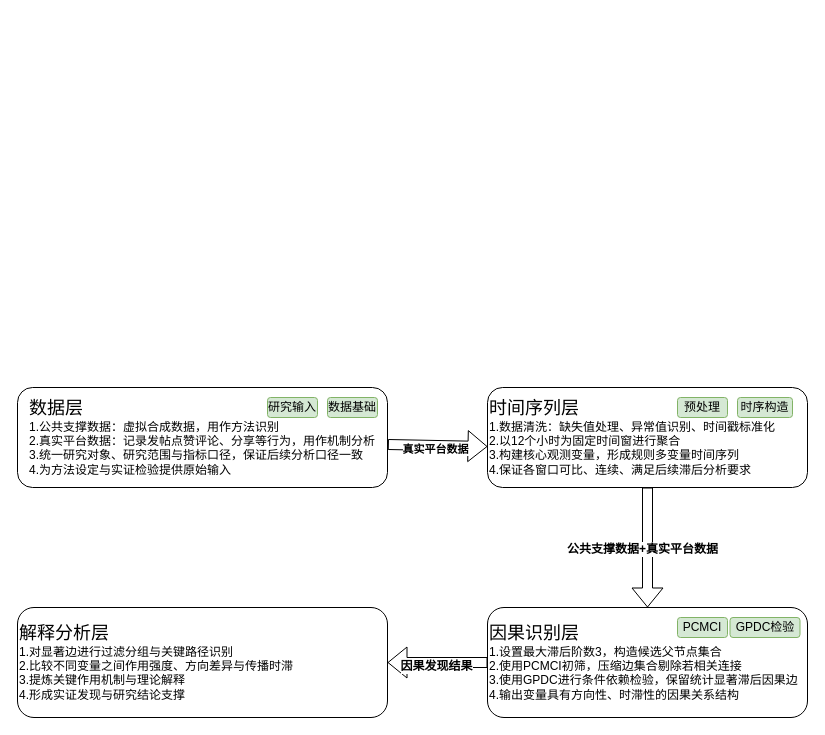
suerzzh/awesome keeps this draw.io diagram as 未命名绘图.drawio. Above is the earlier version. Source tidied: cells renumbered, new cells numbered last; positions are measured from the earlier drawing's top-left corner, leaving out a move shared by most shapes. Both pictures are drawn from the tidied source at 100%, with x=0, y=0 at pixel (17, 387).
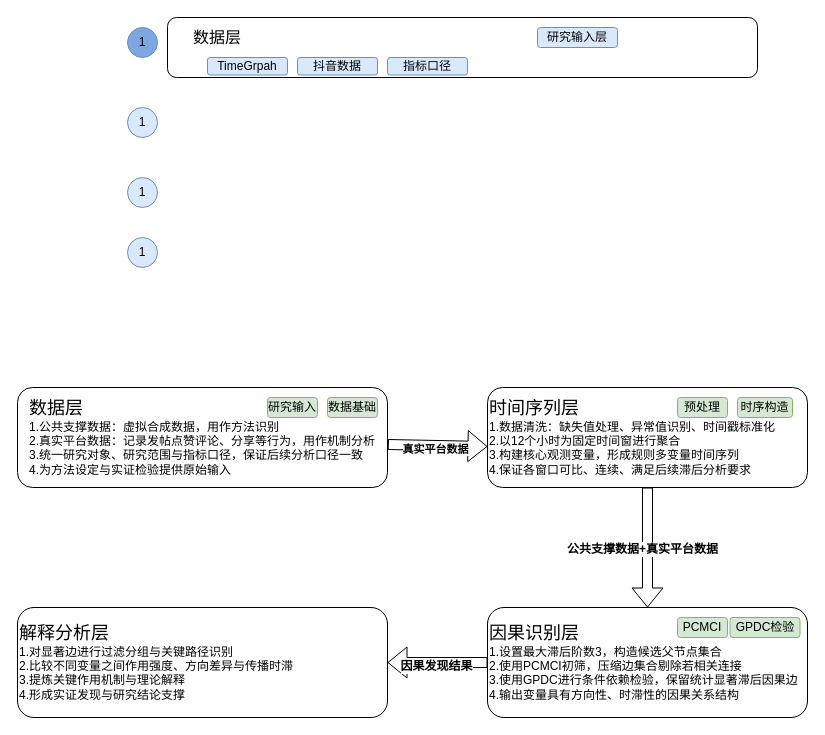
After the change.

Commit message:
更新未命名绘图.drawio

Diff of the diagram source:
```diff
@@
+    <mxCell id="18" value="&lt;font&gt;1&lt;/font&gt;" style="ellipse;whiteSpace=wrap;html=1;fillColor=#7EA6E0;strokeColor=#6c8ebf;" parent="1" vertex="1">
+      <mxGeometry x="110" y="-360" width="30" height="30" as="geometry" />
+    </mxCell>
+    <mxCell id="19" value="&lt;font&gt;1&lt;/font&gt;" style="ellipse;whiteSpace=wrap;html=1;fillColor=#dae8fc;strokeColor=#6c8ebf;" parent="1" vertex="1">
+      <mxGeometry x="110" y="-280" width="30" height="30" as="geometry" />
+    </mxCell>
+    <mxCell id="20" value="&lt;font&gt;1&lt;/font&gt;" style="ellipse;whiteSpace=wrap;html=1;fillColor=#dae8fc;strokeColor=#6c8ebf;" parent="1" vertex="1">
+      <mxGeometry x="110" y="-210" width="30" height="30" as="geometry" />
+    </mxCell>
+    <mxCell id="21" value="&lt;font&gt;1&lt;/font&gt;" style="ellipse;whiteSpace=wrap;html=1;fillColor=#dae8fc;strokeColor=#6c8ebf;" parent="1" vertex="1">
+      <mxGeometry x="110" y="-150" width="30" height="30" as="geometry" />
+    </mxCell>
+    <mxCell id="22" style="rounded=1;whiteSpace=wrap;html=1;" parent="1" vertex="1">
+      <mxGeometry x="150" y="-370" width="590" height="60" as="geometry" />
+    </mxCell>
+    <mxCell id="23" value="&lt;font style=&quot;font-size: 16px;&quot;&gt;数据层&lt;/font&gt;" style="rounded=0;whiteSpace=wrap;html=1;strokeColor=none;" parent="1" vertex="1">
+      <mxGeometry x="160" y="-360" width="80" height="20" as="geometry" />
+    </mxCell>
+    <mxCell id="24" value="TimeGrpah" style="rounded=1;whiteSpace=wrap;html=1;strokeColor=#6c8ebf;fillColor=#dae8fc;fillStyle=auto;" parent="1" vertex="1">
+      <mxGeometry x="190" y="-330" width="80" height="17.5" as="geometry" />
+    </mxCell>
+    <mxCell id="25" value="抖音数据" style="rounded=1;whiteSpace=wrap;html=1;fillColor=#dae8fc;strokeColor=#6c8ebf;" parent="1" vertex="1">
+      <mxGeometry x="280" y="-330" width="80" height="17.5" as="geometry" />
+    </mxCell>
+    <mxCell id="26" value="指标口径" style="rounded=1;whiteSpace=wrap;html=1;fillColor=#dae8fc;strokeColor=#6c8ebf;" parent="1" vertex="1">
+      <mxGeometry x="370" y="-330" width="80" height="17.5" as="geometry" />
+    </mxCell>
+    <mxCell id="27" value="研究输入层" style="rounded=1;whiteSpace=wrap;html=1;strokeColor=#6c8ebf;align=center;verticalAlign=middle;fontFamily=Helvetica;fontSize=12;fontColor=default;fillColor=#dae8fc;" parent="1" vertex="1">
+      <mxGeometry x="520" y="-360" width="80" height="20" as="geometry" />
+    </mxCell>
```
